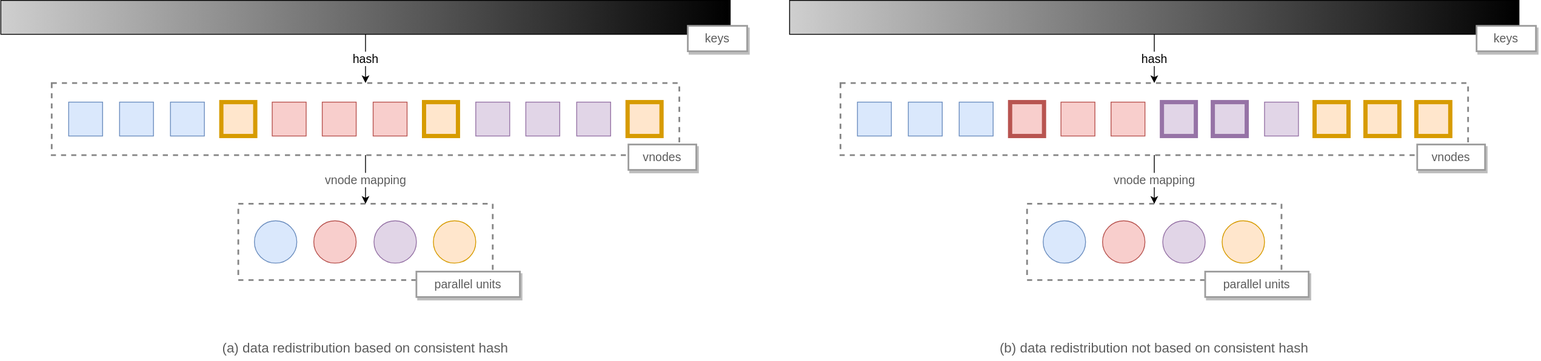
Earlier version of the draw.io export docs/images/consistent-hash/data-redistribution.svg (risingwavelabs/risingwave). Source tidied: cells renumbered, new cells last; positions are measured from the earlier drawing's top-left corner, leaving out a move shared by most shapes.
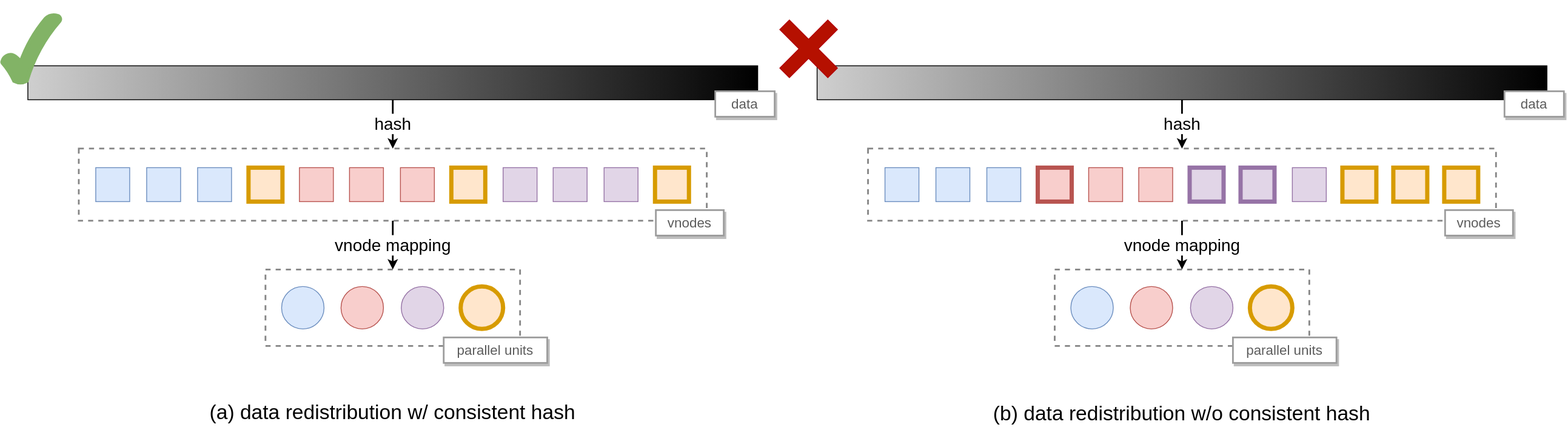
Above is the later version.

The edit, as a diff of the source:
```diff
@@ -56,22 +56,22 @@
     <mxCell id="19" style="ellipse;whiteSpace=wrap;html=1;fillColor=#f8cecc;gradientDirection=west;strokeColor=#b85450;" parent="1" vertex="1">
       <mxGeometry x="369" y="260" width="50" height="50" as="geometry" />
     </mxCell>
-    <mxCell id="20" value="&lt;font style=&quot;font-size: 14px;&quot;&gt;hash&lt;/font&gt;" style="endArrow=classic;html=1;rounded=0;entryX=0.5;entryY=0;entryDx=0;entryDy=0;exitX=0.5;exitY=1;exitDx=0;exitDy=0;" parent="1" edge="1" source="4" target="3">
+    <mxCell id="20" value="&lt;font style=&quot;font-size: 20px;&quot;&gt;hash&lt;/font&gt;" style="endArrow=classic;html=1;rounded=0;entryX=0.5;entryY=0;entryDx=0;entryDy=0;exitX=0.5;exitY=1;exitDx=0;exitDy=0;strokeWidth=2;" parent="1" edge="1" source="4" target="3">
       <mxGeometry relative="1" as="geometry" />
     </mxCell>
-    <mxCell id="21" value="&lt;font color=&quot;#5c5c5c&quot; style=&quot;font-size: 14px;&quot;&gt;vnodes&lt;/font&gt;" style="rounded=0;whiteSpace=wrap;html=1;strokeColor=#9C9C9C;strokeWidth=2;fillColor=default;gradientColor=none;gradientDirection=west;shadow=1;" parent="1" vertex="1">
+    <mxCell id="21" value="&lt;font color=&quot;#5c5c5c&quot; style=&quot;font-size: 16px;&quot;&gt;vnodes&lt;/font&gt;" style="rounded=0;whiteSpace=wrap;html=1;strokeColor=#9C9C9C;strokeWidth=2;fillColor=default;gradientColor=none;gradientDirection=west;shadow=1;" parent="1" vertex="1">
       <mxGeometry x="740" y="170" width="80" height="30" as="geometry" />
     </mxCell>
-    <mxCell id="22" value="&lt;font color=&quot;#5c5c5c&quot; style=&quot;font-size: 14px;&quot;&gt;parallel units&lt;/font&gt;" style="rounded=0;whiteSpace=wrap;html=1;strokeColor=#9C9C9C;strokeWidth=2;fillColor=default;gradientColor=none;gradientDirection=west;shadow=1;" parent="1" vertex="1">
+    <mxCell id="22" value="&lt;font color=&quot;#5c5c5c&quot; style=&quot;font-size: 16px;&quot;&gt;parallel units&lt;/font&gt;" style="rounded=0;whiteSpace=wrap;html=1;strokeColor=#9C9C9C;strokeWidth=2;fillColor=default;gradientColor=none;gradientDirection=west;shadow=1;" parent="1" vertex="1">
       <mxGeometry x="490" y="320" width="122" height="30" as="geometry" />
     </mxCell>
-    <mxCell id="23" value="vnode mapping" style="endArrow=classic;html=1;rounded=0;fontFamily=Helvetica;fontSize=14;fontColor=#5C5C5C;exitX=0.5;exitY=1;exitDx=0;exitDy=0;entryX=0.5;entryY=0;entryDx=0;entryDy=0;" parent="1" edge="1" source="3" target="2">
+    <mxCell id="23" value="&lt;font color=&quot;#000000&quot; style=&quot;font-size: 20px;&quot;&gt;vnode mapping&lt;/font&gt;" style="endArrow=classic;html=1;rounded=0;fontFamily=Helvetica;fontSize=14;fontColor=#5C5C5C;exitX=0.5;exitY=1;exitDx=0;exitDy=0;entryX=0.5;entryY=0;entryDx=0;entryDy=0;strokeWidth=2;" parent="1" edge="1" source="3" target="2">
       <mxGeometry relative="1" as="geometry" />
     </mxCell>
-    <mxCell id="24" value="&lt;font color=&quot;#5c5c5c&quot; style=&quot;font-size: 14px;&quot;&gt;keys&lt;/font&gt;" style="rounded=0;whiteSpace=wrap;html=1;strokeColor=#9C9C9C;strokeWidth=2;fillColor=default;gradientColor=none;gradientDirection=west;shadow=1;" parent="1" vertex="1">
+    <mxCell id="24" value="&lt;font color=&quot;#5c5c5c&quot; style=&quot;font-size: 16px;&quot;&gt;data&lt;/font&gt;" style="rounded=0;whiteSpace=wrap;html=1;strokeColor=#9C9C9C;strokeWidth=2;fillColor=default;gradientColor=none;gradientDirection=west;shadow=1;" parent="1" vertex="1">
       <mxGeometry x="810" y="30" width="70" height="30" as="geometry" />
     </mxCell>
-    <mxCell id="25" style="ellipse;whiteSpace=wrap;html=1;fillColor=#ffe6cc;gradientDirection=west;strokeColor=#d79b00;" parent="1" vertex="1">
+    <mxCell id="25" style="ellipse;whiteSpace=wrap;html=1;fillColor=#ffe6cc;gradientDirection=west;strokeColor=#d79b00;strokeWidth=5;" parent="1" vertex="1">
       <mxGeometry x="510" y="260" width="50" height="50" as="geometry" />
     </mxCell>
     <mxCell id="26" style="rounded=0;whiteSpace=wrap;html=1;fillColor=none;gradientColor=#CFCFCF;gradientDirection=west;dashed=1;strokeWidth=2;strokeColor=#858585;" parent="1" vertex="1">
@@ -128,29 +128,35 @@
     <mxCell id="43" style="ellipse;whiteSpace=wrap;html=1;fillColor=#f8cecc;gradientDirection=west;strokeColor=#b85450;" parent="1" vertex="1">
       <mxGeometry x="1299" y="260" width="50" height="50" as="geometry" />
     </mxCell>
-    <mxCell id="44" value="&lt;font style=&quot;font-size: 14px;&quot;&gt;hash&lt;/font&gt;" style="endArrow=classic;html=1;rounded=0;entryX=0.5;entryY=0;entryDx=0;entryDy=0;exitX=0.5;exitY=1;exitDx=0;exitDy=0;" parent="1" edge="1" source="28" target="27">
+    <mxCell id="44" value="&lt;font style=&quot;font-size: 20px;&quot;&gt;hash&lt;/font&gt;" style="endArrow=classic;html=1;rounded=0;entryX=0.5;entryY=0;entryDx=0;entryDy=0;exitX=0.5;exitY=1;exitDx=0;exitDy=0;strokeWidth=2;" parent="1" edge="1" source="28" target="27">
       <mxGeometry relative="1" as="geometry" />
     </mxCell>
-    <mxCell id="45" value="&lt;font color=&quot;#5c5c5c&quot; style=&quot;font-size: 14px;&quot;&gt;vnodes&lt;/font&gt;" style="rounded=0;whiteSpace=wrap;html=1;strokeColor=#9C9C9C;strokeWidth=2;fillColor=default;gradientColor=none;gradientDirection=west;shadow=1;" parent="1" vertex="1">
+    <mxCell id="45" value="&lt;font color=&quot;#5c5c5c&quot; style=&quot;font-size: 16px;&quot;&gt;vnodes&lt;/font&gt;" style="rounded=0;whiteSpace=wrap;html=1;strokeColor=#9C9C9C;strokeWidth=2;fillColor=default;gradientColor=none;gradientDirection=west;shadow=1;" parent="1" vertex="1">
       <mxGeometry x="1670" y="170" width="80" height="30" as="geometry" />
     </mxCell>
-    <mxCell id="46" value="&lt;font color=&quot;#5c5c5c&quot; style=&quot;font-size: 14px;&quot;&gt;parallel units&lt;/font&gt;" style="rounded=0;whiteSpace=wrap;html=1;strokeColor=#9C9C9C;strokeWidth=2;fillColor=default;gradientColor=none;gradientDirection=west;shadow=1;" parent="1" vertex="1">
+    <mxCell id="46" value="&lt;font color=&quot;#5c5c5c&quot; style=&quot;font-size: 16px;&quot;&gt;parallel units&lt;/font&gt;" style="rounded=0;whiteSpace=wrap;html=1;strokeColor=#9C9C9C;strokeWidth=2;fillColor=default;gradientColor=none;gradientDirection=west;shadow=1;" parent="1" vertex="1">
       <mxGeometry x="1420" y="320" width="122" height="30" as="geometry" />
     </mxCell>
-    <mxCell id="47" value="vnode mapping" style="endArrow=classic;html=1;rounded=0;fontFamily=Helvetica;fontSize=14;fontColor=#5C5C5C;exitX=0.5;exitY=1;exitDx=0;exitDy=0;entryX=0.5;entryY=0;entryDx=0;entryDy=0;" parent="1" edge="1" source="27" target="26">
+    <mxCell id="47" value="&lt;font style=&quot;font-size: 20px;&quot; color=&quot;#000000&quot;&gt;vnode mapping&lt;/font&gt;" style="endArrow=classic;html=1;rounded=0;fontFamily=Helvetica;fontSize=14;fontColor=#5C5C5C;exitX=0.5;exitY=1;exitDx=0;exitDy=0;entryX=0.5;entryY=0;entryDx=0;entryDy=0;strokeWidth=2;" parent="1" edge="1" source="27" target="26">
       <mxGeometry relative="1" as="geometry" />
     </mxCell>
-    <mxCell id="48" value="&lt;font color=&quot;#5c5c5c&quot; style=&quot;font-size: 14px;&quot;&gt;keys&lt;/font&gt;" style="rounded=0;whiteSpace=wrap;html=1;strokeColor=#9C9C9C;strokeWidth=2;fillColor=default;gradientColor=none;gradientDirection=west;shadow=1;" parent="1" vertex="1">
+    <mxCell id="48" value="&lt;font color=&quot;#5c5c5c&quot; style=&quot;font-size: 16px;&quot;&gt;data&lt;/font&gt;" style="rounded=0;whiteSpace=wrap;html=1;strokeColor=#9C9C9C;strokeWidth=2;fillColor=default;gradientColor=none;gradientDirection=west;shadow=1;" parent="1" vertex="1">
       <mxGeometry x="1740" y="30" width="70" height="30" as="geometry" />
     </mxCell>
-    <mxCell id="49" style="ellipse;whiteSpace=wrap;html=1;fillColor=#ffe6cc;gradientDirection=west;strokeColor=#d79b00;" parent="1" vertex="1">
+    <mxCell id="49" style="ellipse;whiteSpace=wrap;html=1;fillColor=#ffe6cc;gradientDirection=west;strokeColor=#d79b00;strokeWidth=5;" parent="1" vertex="1">
       <mxGeometry x="1440" y="260" width="50" height="50" as="geometry" />
     </mxCell>
-    <mxCell id="50" value="&lt;font style=&quot;font-size: 16px;&quot;&gt;(a) data redistribution based on consistent hash&lt;/font&gt;" style="text;html=1;strokeColor=none;fillColor=none;align=center;verticalAlign=middle;whiteSpace=wrap;rounded=0;shadow=0;glass=0;sketch=0;fontFamily=Helvetica;fontSize=14;fontColor=#5C5C5C;" parent="1" vertex="1">
-      <mxGeometry x="207" y="395" width="446" height="30" as="geometry" />
+    <mxCell id="50" value="&lt;font color=&quot;#000000&quot; style=&quot;font-size: 24px;&quot;&gt;(a) data redistribution w/ consistent hash&lt;/font&gt;" style="text;html=1;strokeColor=none;fillColor=none;align=center;verticalAlign=middle;whiteSpace=wrap;rounded=0;shadow=0;glass=0;sketch=0;fontFamily=Helvetica;fontSize=14;fontColor=#5C5C5C;" parent="1" vertex="1">
+      <mxGeometry x="115" y="394" width="630" height="30" as="geometry" />
     </mxCell>
-    <mxCell id="51" value="&lt;font style=&quot;font-size: 16px;&quot;&gt;(b) data redistribution not based on consistent hash&lt;/font&gt;" style="text;html=1;strokeColor=none;fillColor=none;align=center;verticalAlign=middle;whiteSpace=wrap;rounded=0;shadow=0;glass=0;sketch=0;fontFamily=Helvetica;fontSize=14;fontColor=#5C5C5C;" parent="1" vertex="1">
-      <mxGeometry x="1137" y="395" width="446" height="30" as="geometry" />
-    </mxCell>
+    <mxCell id="52" value="&lt;font color=&quot;#000000&quot; style=&quot;font-size: 24px;&quot;&gt;(b) data redistribution w/o consistent hash&lt;/font&gt;" style="text;html=1;strokeColor=none;fillColor=none;align=center;verticalAlign=middle;whiteSpace=wrap;rounded=0;shadow=0;glass=0;sketch=0;fontFamily=Helvetica;fontSize=14;fontColor=#5C5C5C;" parent="1" vertex="1">
+      <mxGeometry x="1045" y="395" width="630" height="30" as="geometry" />
+    </mxCell>
+    <mxCell id="53" style="verticalLabelPosition=bottom;verticalAlign=top;html=1;shape=mxgraph.basic.tick;rounded=0;shadow=0;glass=0;sketch=0;fontFamily=Helvetica;fontSize=20;strokeColor=#82b366;strokeWidth=5;fillColor=#82B366;gradientDirection=west;" parent="1" vertex="1">
+      <mxGeometry x="-30" y="-60" width="68" height="80" as="geometry" />
+    </mxCell>
+    <mxCell id="54" style="shape=cross;whiteSpace=wrap;html=1;rounded=0;shadow=0;glass=0;labelBackgroundColor=#0F0F0F;sketch=0;fontFamily=Helvetica;fontSize=20;strokeColor=#B20000;strokeWidth=1;fillColor=#B51000;gradientDirection=west;rotation=45;fontColor=#ffffff;perimeterSpacing=1;" parent="1" vertex="1">
+      <mxGeometry x="880" y="-60" width="80" height="80" as="geometry" />
+    </mxCell>
   </root>
 </mxGraphModel>
```
